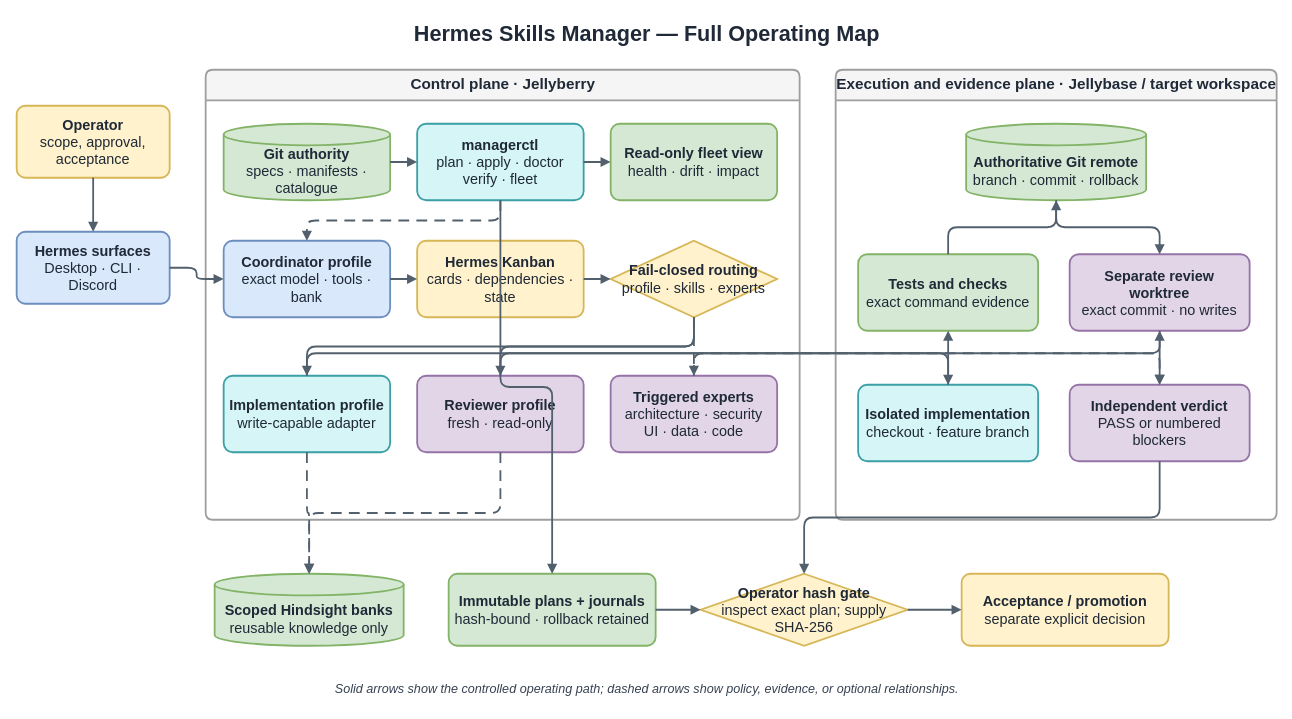
dotalbot/-hermes-ops keeps this draw.io diagram as page "Operating Map" (1 of 3) of diagram_creator/artifacts/source/skills-manager-operating-overview.drawio. Above is the earlier version. Source tidied: cells renumbered, new cells numbered last; positions are measured from the earlier drawing's top-left corner, leaving out a move shared by most shapes. Both pictures are drawn from the tidied source at 90%, with x=0, y=0 at pixel (16, 15).
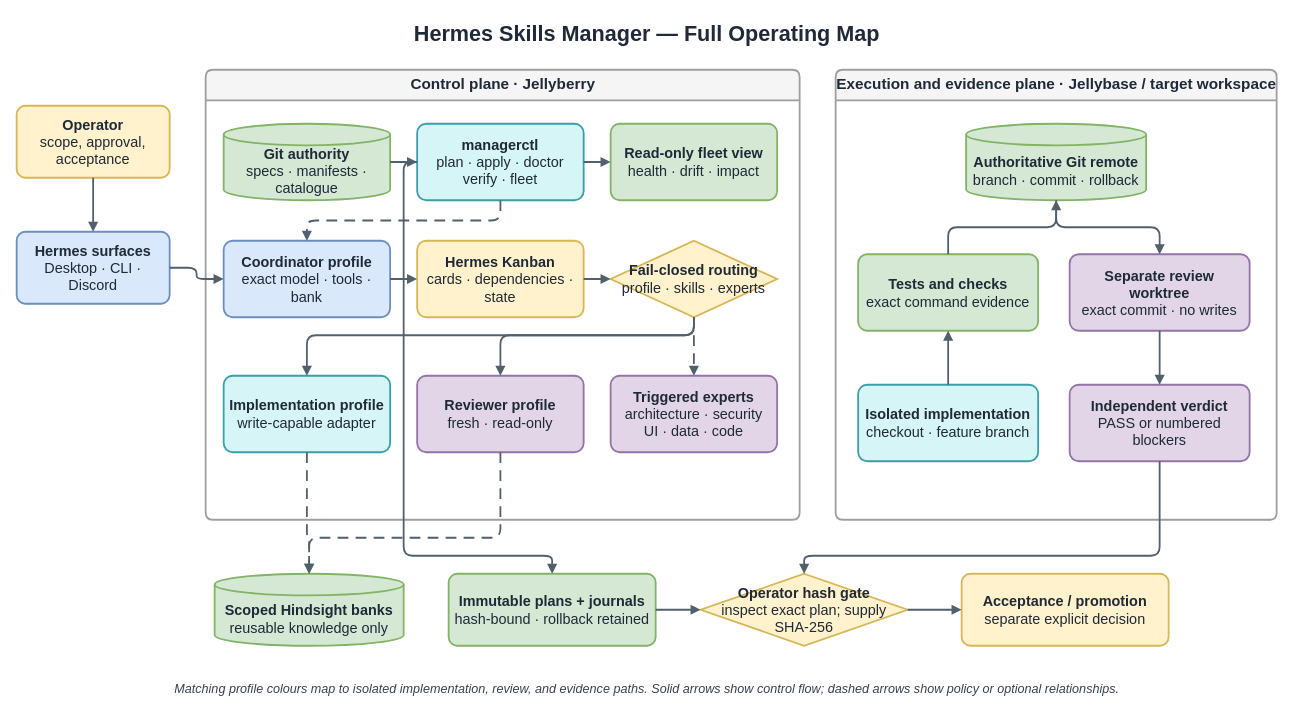
After the change.

Commit message (it also covers changes not shown here):
docs: fix operating overview review blockers

Unchanged cells that the change refers to:
```xml
<mxCell id="7" value="&lt;b&gt;managerctl&lt;/b&gt;&lt;br&gt;plan · apply · doctor&lt;br&gt;verify · fleet" style="rounded=1;arcSize=12;whiteSpace=wrap;html=1;fontSize=16;fontColor=#1f2937;fillColor=#d5f5f6;strokeColor=#3b9fa5;strokeWidth=2;spacing=6;" parent="5" vertex="1">
  <mxGeometry x="235" y="60" width="185" height="85" as="geometry" />
</mxCell>
<mxCell id="11" value="&lt;b&gt;Fail-closed routing&lt;/b&gt;&lt;br&gt;profile · skills · experts" style="rhombus;whiteSpace=wrap;html=1;fontSize=16;fontColor=#1f2937;fillColor=#fff2cc;strokeColor=#d6b656;strokeWidth=2;spacing=6;" parent="5" vertex="1">
  <mxGeometry x="450" y="190" width="185" height="85" as="geometry" />
</mxCell>
<mxCell id="12" value="&lt;b&gt;Implementation profile&lt;/b&gt;&lt;br&gt;write-capable adapter" style="rounded=1;arcSize=12;whiteSpace=wrap;html=1;fontSize=16;fontColor=#1f2937;fillColor=#d5f5f6;strokeColor=#3b9fa5;strokeWidth=2;spacing=6;" parent="5" vertex="1">
  <mxGeometry x="20" y="340" width="185" height="85" as="geometry" />
</mxCell>
<mxCell id="13" value="&lt;b&gt;Reviewer profile&lt;/b&gt;&lt;br&gt;fresh · read-only" style="rounded=1;arcSize=12;whiteSpace=wrap;html=1;fontSize=16;fontColor=#1f2937;fillColor=#e1d5e7;strokeColor=#9673a6;strokeWidth=2;spacing=6;" parent="5" vertex="1">
  <mxGeometry x="235" y="340" width="185" height="85" as="geometry" />
</mxCell>
<mxCell id="14" value="&lt;b&gt;Triggered experts&lt;/b&gt;&lt;br&gt;architecture · security&lt;br&gt;UI · data · code" style="rounded=1;arcSize=12;whiteSpace=wrap;html=1;fontSize=16;fontColor=#1f2937;fillColor=#e1d5e7;strokeColor=#9673a6;strokeWidth=2;spacing=6;" parent="5" vertex="1">
  <mxGeometry x="450" y="340" width="185" height="85" as="geometry" />
</mxCell>
<mxCell id="16" value="&lt;b&gt;Isolated implementation&lt;/b&gt;&lt;br&gt;checkout · feature branch" style="rounded=1;arcSize=12;whiteSpace=wrap;html=1;fontSize=16;fontColor=#1f2937;fillColor=#d5f5f6;strokeColor=#3b9fa5;strokeWidth=2;spacing=6;" parent="15" vertex="1">
  <mxGeometry x="25" y="350" width="200" height="85" as="geometry" />
</mxCell>
<mxCell id="18" value="&lt;b&gt;Separate review worktree&lt;/b&gt;&lt;br&gt;exact commit · no writes" style="rounded=1;arcSize=12;whiteSpace=wrap;html=1;fontSize=16;fontColor=#1f2937;fillColor=#e1d5e7;strokeColor=#9673a6;strokeWidth=2;spacing=6;" parent="15" vertex="1">
  <mxGeometry x="260" y="205" width="200" height="85" as="geometry" />
</mxCell>
<mxCell id="19" value="&lt;b&gt;Independent verdict&lt;/b&gt;&lt;br&gt;PASS or numbered blockers" style="rounded=1;arcSize=12;whiteSpace=wrap;html=1;fontSize=16;fontColor=#1f2937;fillColor=#e1d5e7;strokeColor=#9673a6;strokeWidth=2;spacing=6;" parent="15" vertex="1">
  <mxGeometry x="260" y="350" width="200" height="85" as="geometry" />
</mxCell>
<mxCell id="21" value="&lt;b&gt;Scoped Hindsight banks&lt;/b&gt;&lt;br&gt;reusable knowledge only" style="shape=cylinder3;boundedLbl=1;backgroundOutline=1;size=12;whiteSpace=wrap;html=1;fontSize=16;fontColor=#1f2937;fillColor=#d5e8d4;strokeColor=#82b366;strokeWidth=2;spacing=6;" parent="1" vertex="1">
  <mxGeometry x="220" y="620" width="210" height="80" as="geometry" />
</mxCell>
<mxCell id="22" value="&lt;b&gt;Immutable plans + journals&lt;/b&gt;&lt;br&gt;hash-bound · rollback retained" style="rounded=1;arcSize=12;whiteSpace=wrap;html=1;fontSize=16;fontColor=#1f2937;fillColor=#d5e8d4;strokeColor=#82b366;strokeWidth=2;spacing=6;" parent="1" vertex="1">
  <mxGeometry x="480" y="620" width="230" height="80" as="geometry" />
</mxCell>
<mxCell id="23" value="&lt;b&gt;Operator hash gate&lt;/b&gt;&lt;br&gt;inspect exact plan; supply SHA-256" style="rhombus;whiteSpace=wrap;html=1;fontSize=16;fontColor=#1f2937;fillColor=#fff2cc;strokeColor=#d6b656;strokeWidth=2;spacing=6;" parent="1" vertex="1">
  <mxGeometry x="760" y="620" width="230" height="80" as="geometry" />
</mxCell>
```

The edit, as a diff of the source:
```diff
@@
     <mxCell id="32" style="edgeStyle=orthogonalEdgeStyle;rounded=1;jettySize=auto;html=1;fontSize=14;fontColor=#374151;strokeColor=#52606d;strokeWidth=2;endArrow=block;endFill=1;" parent="1" edge="1" source="11" target="12">
       <mxGeometry relative="1" as="geometry">
         <Array as="points">
-          <mxPoint x="752.5" y="367.5" />
-          <mxPoint x="322.5" y="367.5" />
+          <mxPoint x="752.5" y="355" />
+          <mxPoint x="322.5" y="355" />
         </Array>
       </mxGeometry>
     </mxCell>
     <mxCell id="33" style="edgeStyle=orthogonalEdgeStyle;rounded=1;jettySize=auto;html=1;fontSize=14;fontColor=#374151;strokeColor=#52606d;strokeWidth=2;endArrow=block;endFill=1;" parent="1" edge="1" source="11" target="13">
       <mxGeometry relative="1" as="geometry">
         <Array as="points">
-          <mxPoint x="752.5" y="367.5" />
-          <mxPoint x="537.5" y="367.5" />
+          <mxPoint x="752.5" y="355" />
+          <mxPoint x="537.5" y="355" />
         </Array>
       </mxGeometry>
     </mxCell>
     <mxCell id="34" style="edgeStyle=orthogonalEdgeStyle;rounded=1;jettySize=auto;html=1;fontSize=14;fontColor=#374151;strokeColor=#52606d;strokeWidth=2;endArrow=block;endFill=1;dashed=1;dashPattern=6 4;" parent="1" edge="1" source="11" target="14">
       <mxGeometry relative="1" as="geometry">
         <Array as="points">
-          <mxPoint x="752.5" y="367.5" />
-          <mxPoint x="752.5" y="367.5" />
+          <mxPoint x="752.5" y="355" />
+          <mxPoint x="752.5" y="355" />
         </Array>
       </mxGeometry>
     </mxCell>
-    <mxCell id="35" style="edgeStyle=orthogonalEdgeStyle;rounded=1;jettySize=auto;html=1;fontSize=14;fontColor=#374151;strokeColor=#52606d;strokeWidth=2;endArrow=block;endFill=1;" parent="1" edge="1" source="12" target="16">
-      <mxGeometry relative="1" as="geometry">
-        <Array as="points">
-          <mxPoint x="322.5" y="375" />
-          <mxPoint x="1035" y="375" />
-        </Array>
-      </mxGeometry>
-    </mxCell>
-    <mxCell id="36" style="edgeStyle=orthogonalEdgeStyle;rounded=1;jettySize=auto;html=1;fontSize=14;fontColor=#374151;strokeColor=#52606d;strokeWidth=2;endArrow=block;endFill=1;" parent="1" edge="1" source="13" target="18">
-      <mxGeometry relative="1" as="geometry">
-        <Array as="points">
-          <mxPoint x="537.5" y="375" />
-          <mxPoint x="1270" y="375" />
-        </Array>
-      </mxGeometry>
-    </mxCell>
@@
-    <mxCell id="41" style="edgeStyle=orthogonalEdgeStyle;rounded=1;jettySize=auto;html=1;fontSize=14;fontColor=#374151;strokeColor=#52606d;strokeWidth=2;endArrow=block;endFill=1;dashed=1;dashPattern=6 4;" parent="1" edge="1" source="14" target="19">
-      <mxGeometry relative="1" as="geometry">
-        <Array as="points">
-          <mxPoint x="752.5" y="375" />
-          <mxPoint x="1270" y="375" />
-        </Array>
-      </mxGeometry>
-    </mxCell>
     <mxCell id="42" style="edgeStyle=orthogonalEdgeStyle;rounded=1;jettySize=auto;html=1;fontSize=14;fontColor=#374151;strokeColor=#52606d;strokeWidth=2;endArrow=block;endFill=1;dashed=1;dashPattern=6 4;" parent="1" edge="1" source="12" target="21">
       <mxGeometry relative="1" as="geometry">
         <Array as="points">
-          <mxPoint x="322.5" y="552.5" />
-          <mxPoint x="325" y="552.5" />
+          <mxPoint x="322.5" y="580" />
+          <mxPoint x="325" y="580" />
         </Array>
       </mxGeometry>
     </mxCell>
     <mxCell id="43" style="edgeStyle=orthogonalEdgeStyle;rounded=1;jettySize=auto;html=1;fontSize=14;fontColor=#374151;strokeColor=#52606d;strokeWidth=2;endArrow=block;endFill=1;dashed=1;dashPattern=6 4;" parent="1" edge="1" source="13" target="21">
       <mxGeometry relative="1" as="geometry">
         <Array as="points">
-          <mxPoint x="537.5" y="552.5" />
-          <mxPoint x="325" y="552.5" />
+          <mxPoint x="537.5" y="580" />
+          <mxPoint x="325" y="580" />
         </Array>
       </mxGeometry>
     </mxCell>
     <mxCell id="44" style="edgeStyle=orthogonalEdgeStyle;rounded=1;jettySize=auto;html=1;fontSize=14;fontColor=#374151;strokeColor=#52606d;strokeWidth=2;endArrow=block;endFill=1;" parent="1" edge="1" source="7" target="22">
       <mxGeometry relative="1" as="geometry">
         <Array as="points">
-          <mxPoint x="537.5" y="412.5" />
-          <mxPoint x="595" y="412.5" />
+          <mxPoint x="430" y="162.5" />
+          <mxPoint x="430" y="600" />
+          <mxPoint x="595" y="600" />
         </Array>
       </mxGeometry>
     </mxCell>
@@
     <mxCell id="46" style="edgeStyle=orthogonalEdgeStyle;rounded=1;jettySize=auto;html=1;fontSize=14;fontColor=#374151;strokeColor=#52606d;strokeWidth=2;endArrow=block;endFill=1;" parent="1" edge="1" source="19" target="23">
       <mxGeometry relative="1" as="geometry">
         <Array as="points">
-          <mxPoint x="1270" y="557.5" />
-          <mxPoint x="875" y="557.5" />
+          <mxPoint x="1270" y="600" />
+          <mxPoint x="875" y="600" />
         </Array>
       </mxGeometry>
     </mxCell>
@@
-    <mxCell id="48" value="Solid arrows show the controlled operating path; dashed arrows show policy, evidence, or optional relationships." style="text;strokeColor=none;fillColor=none;align=center;verticalAlign=middle;html=1;fontSize=14;fontColor=#374151;fontStyle=2;" parent="1" vertex="1">
+    <mxCell id="48" value="Matching profile colours map to isolated implementation, review, and evidence paths. Solid arrows show control flow; dashed arrows show policy or optional relationships." style="text;strokeColor=none;fillColor=none;align=center;verticalAlign=middle;html=1;fontSize=14;fontColor=#374151;fontStyle=2;" parent="1" vertex="1">
       <mxGeometry x="290" y="730" width="820" height="35" as="geometry" />
     </mxCell>
```
